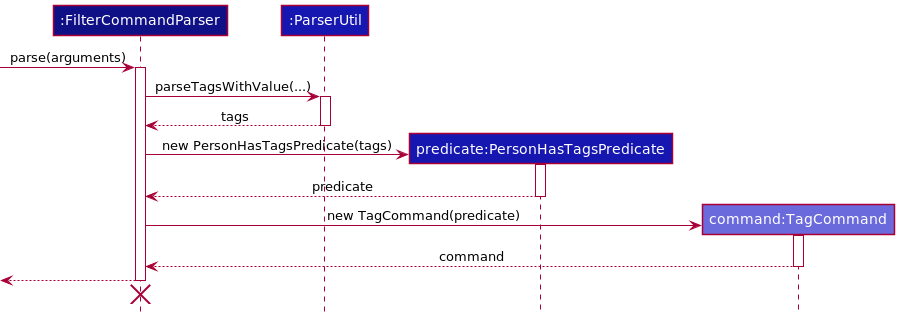
The PlantUML diagram docs/images/FilterParserSequenceDiagram.png in vigneshsankariyer1234567890/tp, before a commit. Its diagram source:
```plantuml
@startuml
!include style.puml


participant ":FilterCommandParser" as FilterCommandParser LOGIC_COLOR_T4
participant ":ParserUtil" as ParserUtil LOGIC_COLOR_T3
participant "predicate:PersonHasTagsPredicate" as Predicate LOGIC_COLOR_T3
participant "command:TagCommand" as TagCommand LOGIC_COLOR_T2

[-> FilterCommandParser : parse(arguments)
activate FilterCommandParser

FilterCommandParser -> ParserUtil : parseTagsWithValue(...)
activate ParserUtil
ParserUtil --> FilterCommandParser : tags
deactivate ParserUtil

create Predicate
FilterCommandParser -> Predicate : new PersonHasTagsPredicate(tags)
activate Predicate
Predicate --> FilterCommandParser : predicate
deactivate Predicate

create TagCommand
FilterCommandParser -> TagCommand : new TagCommand(predicate)
activate TagCommand
TagCommand --> FilterCommandParser : command
deactivate TagCommand

[<-- FilterCommandParser
deactivate FilterCommandParser
FilterCommandParser -[hidden]->
destroy FilterCommandParser
@enduml
```
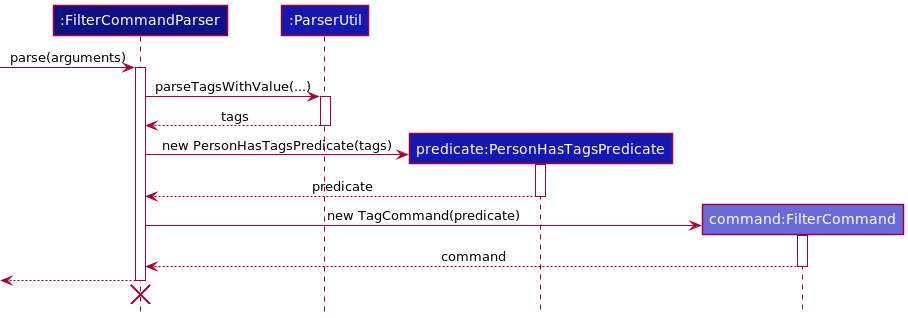
The same diagram one commit later.

Diff of the diagram source:
```diff
@@ -1,11 +1,10 @@
 @startuml
 !include style.puml
-
 
 participant ":FilterCommandParser" as FilterCommandParser LOGIC_COLOR_T4
 participant ":ParserUtil" as ParserUtil LOGIC_COLOR_T3
 participant "predicate:PersonHasTagsPredicate" as Predicate LOGIC_COLOR_T3
-participant "command:TagCommand" as TagCommand LOGIC_COLOR_T2
+participant "command:FilterCommand" as TagCommand LOGIC_COLOR_T2
 
 [-> FilterCommandParser : parse(arguments)
 activate FilterCommandParser
```
